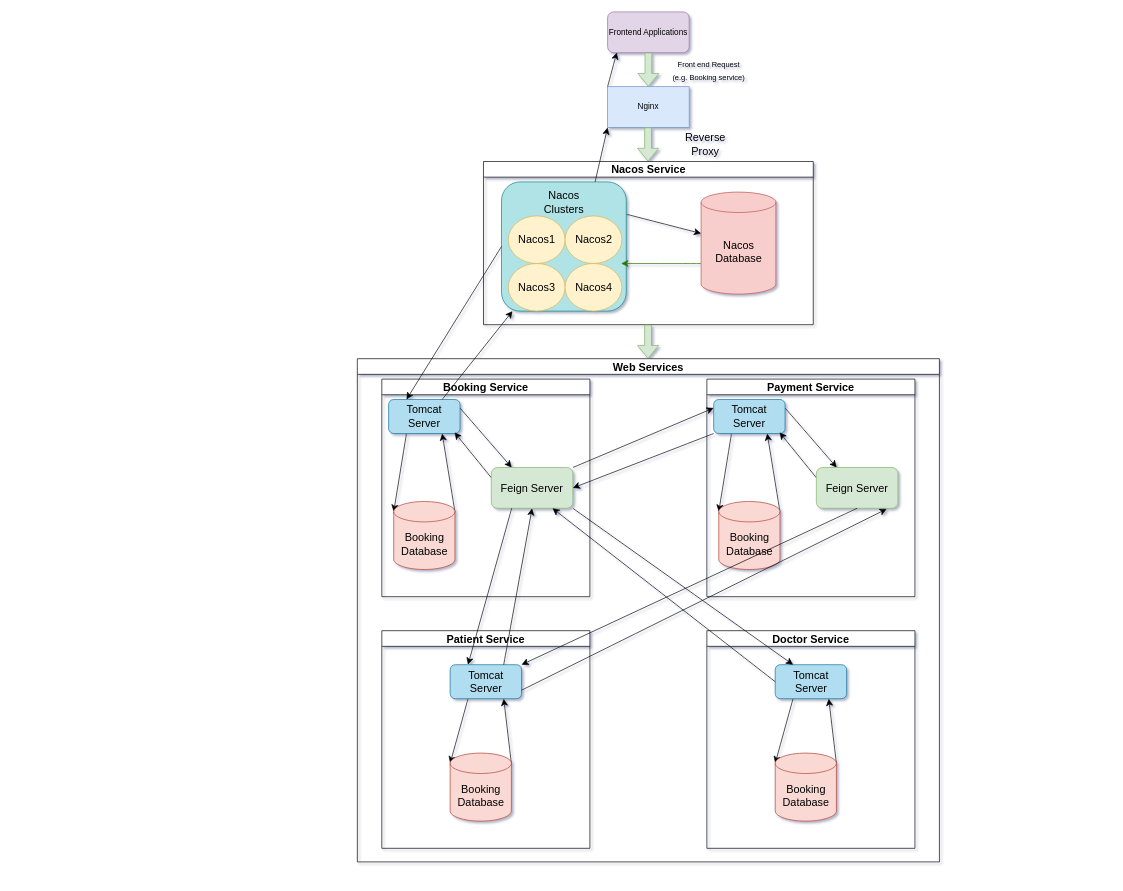
This is examples/drawio/XMLs/iCare-main.drawio from levihuayuzhang/icare, a draw.io file, before an edit. Source tidied: cells renumbered, new cells numbered last; positions are measured from the earlier drawing's top-left corner, leaving out a move shared by most shapes. Both pictures are drawn from the tidied source at 68%, with x=0, y=0 at pixel (357, 12).
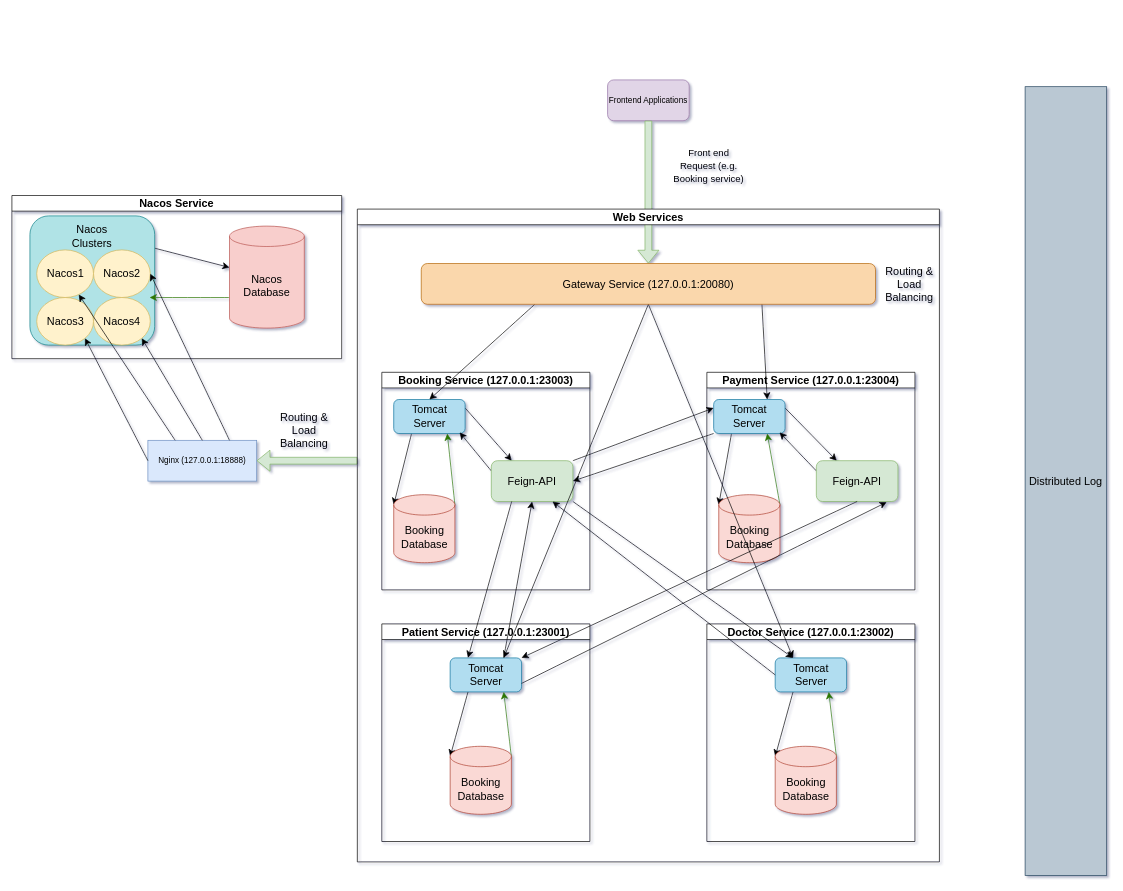
Above is the later version.

Commit message (it also covers changes not shown here):
update project arch diagram by adding gateway service

Unchanged cells that the change refers to:
```xml
<mxCell id="10" style="rounded=1;whiteSpace=wrap;html=1;fillColor=#b0e3e6;strokeColor=#0e8088;" parent="8" vertex="1">
  <mxGeometry x="26.5" y="30" width="183.5" height="190" as="geometry" />
</mxCell>
<mxCell id="13" value="Nacos1" style="ellipse;whiteSpace=wrap;html=1;fontSize=16;fillColor=#fff2cc;strokeColor=#d6b656;" parent="8" vertex="1">
  <mxGeometry x="36.5" y="80" width="83.5" height="70" as="geometry" />
</mxCell>
<mxCell id="14" value="Nacos2" style="ellipse;whiteSpace=wrap;html=1;fontSize=16;fillColor=#fff2cc;strokeColor=#d6b656;" parent="8" vertex="1">
  <mxGeometry x="120" y="80" width="83.5" height="70" as="geometry" />
</mxCell>
<mxCell id="15" value="Nacos3" style="ellipse;whiteSpace=wrap;html=1;fontSize=16;fillColor=#fff2cc;strokeColor=#d6b656;" parent="8" vertex="1">
  <mxGeometry x="36.5" y="150" width="83.5" height="70" as="geometry" />
</mxCell>
<mxCell id="16" value="Nacos4" style="ellipse;whiteSpace=wrap;html=1;fontSize=16;fillColor=#fff2cc;strokeColor=#d6b656;" parent="8" vertex="1">
  <mxGeometry x="120" y="150" width="83.5" height="70" as="geometry" />
</mxCell>
<mxCell id="24" value="Booking Database" style="shape=cylinder3;whiteSpace=wrap;html=1;boundedLbl=1;backgroundOutline=1;size=15;fontSize=16;fillColor=#fad9d5;strokeColor=#ae4132;" parent="19" vertex="1">
  <mxGeometry x="17.5" y="180" width="90" height="100" as="geometry" />
</mxCell>
<mxCell id="32" value="Booking Database" style="shape=cylinder3;whiteSpace=wrap;html=1;boundedLbl=1;backgroundOutline=1;size=15;fontSize=16;fillColor=#fad9d5;strokeColor=#ae4132;" parent="27" vertex="1">
  <mxGeometry x="17.5" y="180" width="90" height="100" as="geometry" />
</mxCell>
<mxCell id="37" value="Tomcat Server" style="rounded=1;whiteSpace=wrap;html=1;fontSize=16;fillColor=#b1ddf0;strokeColor=#10739e;" parent="35" vertex="1">
  <mxGeometry x="100.5" y="50" width="105" height="50" as="geometry" />
</mxCell>
<mxCell id="39" value="Booking Database" style="shape=cylinder3;whiteSpace=wrap;html=1;boundedLbl=1;backgroundOutline=1;size=15;fontSize=16;fillColor=#fad9d5;strokeColor=#ae4132;" parent="35" vertex="1">
  <mxGeometry x="100.5" y="180" width="90" height="100" as="geometry" />
</mxCell>
<mxCell id="42" value="Tomcat Server" style="rounded=1;whiteSpace=wrap;html=1;fontSize=16;fillColor=#b1ddf0;strokeColor=#10739e;" parent="40" vertex="1">
  <mxGeometry x="100.5" y="50" width="105" height="50" as="geometry" />
</mxCell>
<mxCell id="44" value="Booking Database" style="shape=cylinder3;whiteSpace=wrap;html=1;boundedLbl=1;backgroundOutline=1;size=15;fontSize=16;fillColor=#fad9d5;strokeColor=#ae4132;" parent="40" vertex="1">
  <mxGeometry x="100.5" y="180" width="90" height="100" as="geometry" />
</mxCell>
```

The edit, as a diff of the source:
```diff
@@
     <mxCell id="2" value="Frontend Applications" style="rounded=1;whiteSpace=wrap;html=1;fillColor=#e1d5e7;strokeColor=#9673a6;" parent="1" vertex="1">
-      <mxGeometry x="368" width="120" height="60" as="geometry" />
+      <mxGeometry x="368" y="100" width="120" height="60" as="geometry" />
     </mxCell>
-    <mxCell id="3" style="shape=flexArrow;endArrow=classic;html=1;rounded=0;exitX=0.5;exitY=1;exitDx=0;exitDy=0;fillColor=#d5e8d4;strokeColor=#82b366;" parent="1" edge="1" source="2">
-      <mxGeometry relative="1" as="geometry">
-        <mxPoint x="428" y="110" as="targetPoint" />
-      </mxGeometry>
+    <mxCell id="3" style="shape=flexArrow;endArrow=classic;html=1;rounded=0;exitX=0.5;exitY=1;exitDx=0;exitDy=0;fillColor=#d5e8d4;strokeColor=#82b366;entryX=0.5;entryY=0;entryDx=0;entryDy=0;" parent="1" edge="1" source="2" target="63">
+      <mxGeometry relative="1" as="geometry" />
     </mxCell>
-    <mxCell id="4" style="edgeStyle=none;curved=1;rounded=0;jettySize=auto;html=1;exitX=0;exitY=0;exitDx=0;exitDy=0;entryX=0.113;entryY=0.993;entryDx=0;entryDy=0;entryPerimeter=0;fontSize=12;startSize=8;endSize=8;" parent="1" edge="1" source="5" target="2">
-      <mxGeometry relative="1" as="geometry" />
-    </mxCell>
-    <mxCell id="5" value="Nginx" style="rounded=0;whiteSpace=wrap;html=1;fillColor=#dae8fc;strokeColor=#6c8ebf;" parent="1" vertex="1">
-      <mxGeometry x="368" y="110" width="120" height="60" as="geometry" />
+    <mxCell id="5" value="Nginx (127.0.0.1:18888)" style="rounded=0;whiteSpace=wrap;html=1;fillColor=#dae8fc;strokeColor=#6c8ebf;" parent="1" vertex="1">
+      <mxGeometry x="-308" y="630" width="160" height="60" as="geometry" />
     </mxCell>
     <mxCell id="6" style="shape=flexArrow;endArrow=classic;html=1;rounded=0;exitX=0.5;exitY=1;exitDx=0;exitDy=0;fillColor=#d5e8d4;strokeColor=#82b366;" parent="1" edge="1">
       <mxGeometry relative="1" as="geometry">
-        <mxPoint x="427.5" y="170" as="sourcePoint" />
-        <mxPoint x="427.5" y="220" as="targetPoint" />
+        <mxPoint y="660" as="sourcePoint" />
+        <mxPoint x="-148" y="660" as="targetPoint" />
       </mxGeometry>
     </mxCell>
-    <mxCell id="7" value="&lt;font style=&quot;font-size: 11px;&quot;&gt;Front end Request (e.g. Booking service)&lt;/font&gt;" style="text;html=1;strokeColor=none;fillColor=none;align=center;verticalAlign=middle;whiteSpace=wrap;rounded=0;fontSize=16;" parent="1" vertex="1">
-      <mxGeometry x="462" y="70" width="110" height="30" as="geometry" />
+    <mxCell id="7" value="&lt;font style=&quot;font-size: 14px;&quot;&gt;Front end Request (e.g. Booking service)&lt;/font&gt;" style="text;html=1;strokeColor=none;fillColor=none;align=center;verticalAlign=middle;whiteSpace=wrap;rounded=0;fontSize=16;" parent="1" vertex="1">
+      <mxGeometry x="462" y="210" width="110" height="30" as="geometry" />
     </mxCell>
     <mxCell id="8" value="Nacos Service" style="swimlane;whiteSpace=wrap;html=1;fontSize=16;" parent="1" vertex="1">
-      <mxGeometry x="185.5" y="220" width="485" height="240" as="geometry" />
+      <mxGeometry x="-508" y="270" width="485" height="240" as="geometry" />
     </mxCell>
@@
     <mxCell id="18" value="Web Services" style="swimlane;whiteSpace=wrap;html=1;fontSize=16;" parent="1" vertex="1">
-      <mxGeometry y="510" width="856" height="740" as="geometry" />
+      <mxGeometry y="290" width="856" height="960" as="geometry" />
     </mxCell>
-    <mxCell id="19" value="Booking Service" style="swimlane;whiteSpace=wrap;html=1;fontSize=16;" parent="18" vertex="1">
-      <mxGeometry x="36" y="30" width="306" height="320" as="geometry" />
+    <mxCell id="19" value="Booking Service (127.0.0.1:23003)" style="swimlane;whiteSpace=wrap;html=1;fontSize=16;" parent="18" vertex="1">
+      <mxGeometry x="36" y="240" width="306" height="320" as="geometry" />
     </mxCell>
@@
     <mxCell id="22" value="Tomcat Server" style="rounded=1;whiteSpace=wrap;html=1;fontSize=16;fillColor=#b1ddf0;strokeColor=#10739e;" parent="19" vertex="1">
-      <mxGeometry x="10" y="30" width="105" height="50" as="geometry" />
+      <mxGeometry x="17.5" y="40" width="105" height="50" as="geometry" />
     </mxCell>
-    <mxCell id="23" style="edgeStyle=none;curved=1;rounded=0;jettySize=auto;html=1;exitX=1;exitY=0;exitDx=0;exitDy=15;exitPerimeter=0;entryX=0.75;entryY=1;entryDx=0;entryDy=0;fontSize=12;startSize=8;endSize=8;" parent="19" edge="1" source="24" target="22">
+    <mxCell id="23" style="edgeStyle=none;curved=1;rounded=0;jettySize=auto;html=1;exitX=1;exitY=0;exitDx=0;exitDy=15;exitPerimeter=0;entryX=0.75;entryY=1;entryDx=0;entryDy=0;fontSize=12;startSize=8;endSize=8;fillColor=#60a917;strokeColor=#2D7600;" parent="19" edge="1" source="24" target="22">
       <mxGeometry relative="1" as="geometry" />
     </mxCell>
@@
-    <mxCell id="26" value="Feign Server" style="rounded=1;whiteSpace=wrap;html=1;fontSize=16;fillColor=#d5e8d4;strokeColor=#82b366;" parent="19" vertex="1">
+    <mxCell id="26" value="Feign-API" style="rounded=1;whiteSpace=wrap;html=1;fontSize=16;fillColor=#d5e8d4;strokeColor=#82b366;" parent="19" vertex="1">
       <mxGeometry x="161" y="130" width="120" height="60" as="geometry" />
     </mxCell>
-    <mxCell id="27" value="Payment Service" style="swimlane;whiteSpace=wrap;html=1;fontSize=16;" parent="18" vertex="1">
-      <mxGeometry x="514" y="30" width="306" height="320" as="geometry" />
+    <mxCell id="27" value="Payment Service (127.0.0.1:23004)" style="swimlane;whiteSpace=wrap;html=1;fontSize=16;" parent="18" vertex="1">
+      <mxGeometry x="514" y="240" width="306" height="320" as="geometry" />
     </mxCell>
@@
     <mxCell id="30" value="Tomcat Server" style="rounded=1;whiteSpace=wrap;html=1;fontSize=16;fillColor=#b1ddf0;strokeColor=#10739e;" parent="27" vertex="1">
-      <mxGeometry x="10" y="30" width="105" height="50" as="geometry" />
+      <mxGeometry x="10" y="40" width="105" height="50" as="geometry" />
     </mxCell>
-    <mxCell id="31" style="edgeStyle=none;curved=1;rounded=0;jettySize=auto;html=1;exitX=1;exitY=0;exitDx=0;exitDy=15;exitPerimeter=0;entryX=0.75;entryY=1;entryDx=0;entryDy=0;fontSize=12;startSize=8;endSize=8;" parent="27" edge="1" source="32" target="30">
+    <mxCell id="31" style="edgeStyle=none;curved=1;rounded=0;jettySize=auto;html=1;exitX=1;exitY=0;exitDx=0;exitDy=15;exitPerimeter=0;entryX=0.75;entryY=1;entryDx=0;entryDy=0;fontSize=12;startSize=8;endSize=8;fillColor=#60a917;strokeColor=#2D7600;" parent="27" edge="1" source="32" target="30">
       <mxGeometry relative="1" as="geometry" />
     </mxCell>
@@
-    <mxCell id="34" value="Feign Server" style="rounded=1;whiteSpace=wrap;html=1;fontSize=16;fillColor=#d5e8d4;strokeColor=#82b366;" parent="27" vertex="1">
+    <mxCell id="34" value="Feign-API" style="rounded=1;whiteSpace=wrap;html=1;fontSize=16;fillColor=#d5e8d4;strokeColor=#82b366;" parent="27" vertex="1">
       <mxGeometry x="161" y="130" width="120" height="60" as="geometry" />
     </mxCell>
-    <mxCell id="35" value="Patient Service" style="swimlane;whiteSpace=wrap;html=1;fontSize=16;" parent="18" vertex="1">
-      <mxGeometry x="36" y="400" width="306" height="320" as="geometry" />
+    <mxCell id="35" value="Patient Service (127.0.0.1:23001)" style="swimlane;whiteSpace=wrap;html=1;fontSize=16;" parent="18" vertex="1">
+      <mxGeometry x="36" y="610" width="306" height="320" as="geometry" />
     </mxCell>
@@
-    <mxCell id="38" style="edgeStyle=none;curved=1;rounded=0;jettySize=auto;html=1;exitX=1;exitY=0;exitDx=0;exitDy=15;exitPerimeter=0;entryX=0.75;entryY=1;entryDx=0;entryDy=0;fontSize=12;startSize=8;endSize=8;" parent="35" edge="1" source="39" target="37">
+    <mxCell id="38" style="edgeStyle=none;curved=1;rounded=0;jettySize=auto;html=1;exitX=1;exitY=0;exitDx=0;exitDy=15;exitPerimeter=0;entryX=0.75;entryY=1;entryDx=0;entryDy=0;fontSize=12;startSize=8;endSize=8;fillColor=#60a917;strokeColor=#2D7600;" parent="35" edge="1" source="39" target="37">
       <mxGeometry relative="1" as="geometry" />
     </mxCell>
@@
-    <mxCell id="40" value="Doctor Service" style="swimlane;whiteSpace=wrap;html=1;fontSize=16;" parent="18" vertex="1">
-      <mxGeometry x="514" y="400" width="306" height="320" as="geometry" />
+    <mxCell id="40" value="Doctor Service (127.0.0.1:23002)" style="swimlane;whiteSpace=wrap;html=1;fontSize=16;" parent="18" vertex="1">
+      <mxGeometry x="514" y="610" width="306" height="320" as="geometry" />
     </mxCell>
@@
-    <mxCell id="43" style="edgeStyle=none;curved=1;rounded=0;jettySize=auto;html=1;exitX=1;exitY=0;exitDx=0;exitDy=15;exitPerimeter=0;entryX=0.75;entryY=1;entryDx=0;entryDy=0;fontSize=12;startSize=8;endSize=8;" parent="40" edge="1" source="44" target="42">
+    <mxCell id="43" style="edgeStyle=none;curved=1;rounded=0;jettySize=auto;html=1;exitX=1;exitY=0;exitDx=0;exitDy=15;exitPerimeter=0;entryX=0.75;entryY=1;entryDx=0;entryDy=0;fontSize=12;startSize=8;endSize=8;fillColor=#60a917;strokeColor=#2D7600;" parent="40" edge="1" source="44" target="42">
       <mxGeometry relative="1" as="geometry" />
     </mxCell>
@@
-    <mxCell id="53" style="shape=flexArrow;endArrow=classic;html=1;rounded=0;exitX=0.5;exitY=1;exitDx=0;exitDy=0;fillColor=#d5e8d4;strokeColor=#82b366;" parent="1" edge="1">
-      <mxGeometry relative="1" as="geometry">
-        <mxPoint x="427.5" y="460" as="sourcePoint" />
-        <mxPoint x="427.5" y="510" as="targetPoint" />
-      </mxGeometry>
-    </mxCell>
+    <mxCell id="59" style="edgeStyle=none;curved=1;rounded=0;jettySize=auto;html=1;exitX=0.25;exitY=1;exitDx=0;exitDy=0;entryX=0.5;entryY=0;entryDx=0;entryDy=0;fontSize=12;startSize=8;endSize=8;" parent="18" edge="1" source="63" target="22">
+      <mxGeometry relative="1" as="geometry" />
+    </mxCell>
+    <mxCell id="60" style="edgeStyle=none;curved=1;rounded=0;jettySize=auto;html=1;exitX=0.5;exitY=1;exitDx=0;exitDy=0;entryX=0.75;entryY=0;entryDx=0;entryDy=0;fontSize=12;startSize=8;endSize=8;" parent="18" edge="1" source="63" target="37">
+      <mxGeometry relative="1" as="geometry" />
+    </mxCell>
+    <mxCell id="61" style="edgeStyle=none;curved=1;rounded=0;jettySize=auto;html=1;exitX=0.75;exitY=1;exitDx=0;exitDy=0;entryX=0.75;entryY=0;entryDx=0;entryDy=0;fontSize=12;startSize=8;endSize=8;" parent="18" edge="1" source="63" target="30">
+      <mxGeometry relative="1" as="geometry" />
+    </mxCell>
+    <mxCell id="62" style="edgeStyle=none;curved=1;rounded=0;jettySize=auto;html=1;exitX=0.5;exitY=1;exitDx=0;exitDy=0;entryX=0.25;entryY=0;entryDx=0;entryDy=0;fontSize=12;startSize=8;endSize=8;" parent="18" edge="1" source="63" target="42">
+      <mxGeometry relative="1" as="geometry" />
+    </mxCell>
+    <mxCell id="63" value="Gateway Service (127.0.0.1:20080)" style="rounded=1;whiteSpace=wrap;html=1;fontSize=16;fillColor=#fad7ac;strokeColor=#b46504;" parent="18" vertex="1">
+      <mxGeometry x="94" y="80" width="668" height="60" as="geometry" />
+    </mxCell>
+    <mxCell id="64" value="Routing &amp;amp; Load Balancing&lt;br&gt;" style="text;html=1;strokeColor=none;fillColor=none;align=center;verticalAlign=middle;whiteSpace=wrap;rounded=0;fontSize=16;" parent="18" vertex="1">
+      <mxGeometry x="782" y="95" width="60" height="30" as="geometry" />
+    </mxCell>
@@
-    <mxCell id="55" style="edgeStyle=none;curved=1;rounded=0;jettySize=auto;html=1;exitX=0;exitY=0.5;exitDx=0;exitDy=0;entryX=0.25;entryY=0;entryDx=0;entryDy=0;fontSize=12;startSize=8;endSize=8;" parent="1" edge="1" source="10" target="22">
-      <mxGeometry relative="1" as="geometry" />
-    </mxCell>
-    <mxCell id="56" style="edgeStyle=none;curved=1;rounded=0;jettySize=auto;html=1;exitX=0.75;exitY=0;exitDx=0;exitDy=0;fontSize=12;startSize=8;endSize=8;" parent="1" edge="1" source="22" target="10">
-      <mxGeometry relative="1" as="geometry" />
-    </mxCell>
-    <mxCell id="57" style="edgeStyle=none;curved=1;rounded=0;jettySize=auto;html=1;exitX=0.75;exitY=0;exitDx=0;exitDy=0;entryX=0;entryY=1;entryDx=0;entryDy=0;fontSize=12;startSize=8;endSize=8;" parent="1" edge="1" source="10" target="5">
-      <mxGeometry relative="1" as="geometry" />
-    </mxCell>
-    <mxCell id="58" value="Reverse Proxy" style="text;html=1;strokeColor=none;fillColor=none;align=center;verticalAlign=middle;whiteSpace=wrap;rounded=0;fontSize=16;" parent="1" vertex="1">
-      <mxGeometry x="482" y="180" width="60" height="30" as="geometry" />
+    <mxCell id="58" value="Routing &amp;amp; Load Balancing&lt;br&gt;" style="text;html=1;strokeColor=none;fillColor=none;align=center;verticalAlign=middle;whiteSpace=wrap;rounded=0;fontSize=16;" parent="1" vertex="1">
+      <mxGeometry x="-108" y="600" width="60" height="30" as="geometry" />
     </mxCell>
+    <mxCell id="65" value="Distributed Log" style="rounded=0;whiteSpace=wrap;html=1;fontSize=16;fillColor=#bac8d3;strokeColor=#23445d;" parent="1" vertex="1">
+      <mxGeometry x="982" y="110" width="120" height="1160" as="geometry" />
+    </mxCell>
+    <mxCell id="66" style="edgeStyle=none;curved=1;rounded=0;jettySize=auto;html=1;exitX=0.25;exitY=0;exitDx=0;exitDy=0;fontSize=12;startSize=8;endSize=8;" parent="1" edge="1" source="5" target="13">
+      <mxGeometry relative="1" as="geometry" />
+    </mxCell>
+    <mxCell id="67" style="edgeStyle=none;curved=1;rounded=0;jettySize=auto;html=1;exitX=0.5;exitY=0;exitDx=0;exitDy=0;entryX=1;entryY=1;entryDx=0;entryDy=0;fontSize=12;startSize=8;endSize=8;" parent="1" edge="1" source="5" target="16">
+      <mxGeometry relative="1" as="geometry" />
+    </mxCell>
+    <mxCell id="68" style="edgeStyle=none;curved=1;rounded=0;jettySize=auto;html=1;exitX=0.75;exitY=0;exitDx=0;exitDy=0;entryX=1;entryY=0.5;entryDx=0;entryDy=0;fontSize=12;startSize=8;endSize=8;" parent="1" edge="1" source="5" target="14">
+      <mxGeometry relative="1" as="geometry" />
+    </mxCell>
+    <mxCell id="69" style="edgeStyle=none;curved=1;rounded=0;jettySize=auto;html=1;exitX=0;exitY=0.5;exitDx=0;exitDy=0;entryX=1;entryY=1;entryDx=0;entryDy=0;fontSize=12;startSize=8;endSize=8;" parent="1" edge="1" source="5" target="15">
+      <mxGeometry relative="1" as="geometry" />
+    </mxCell>
```
